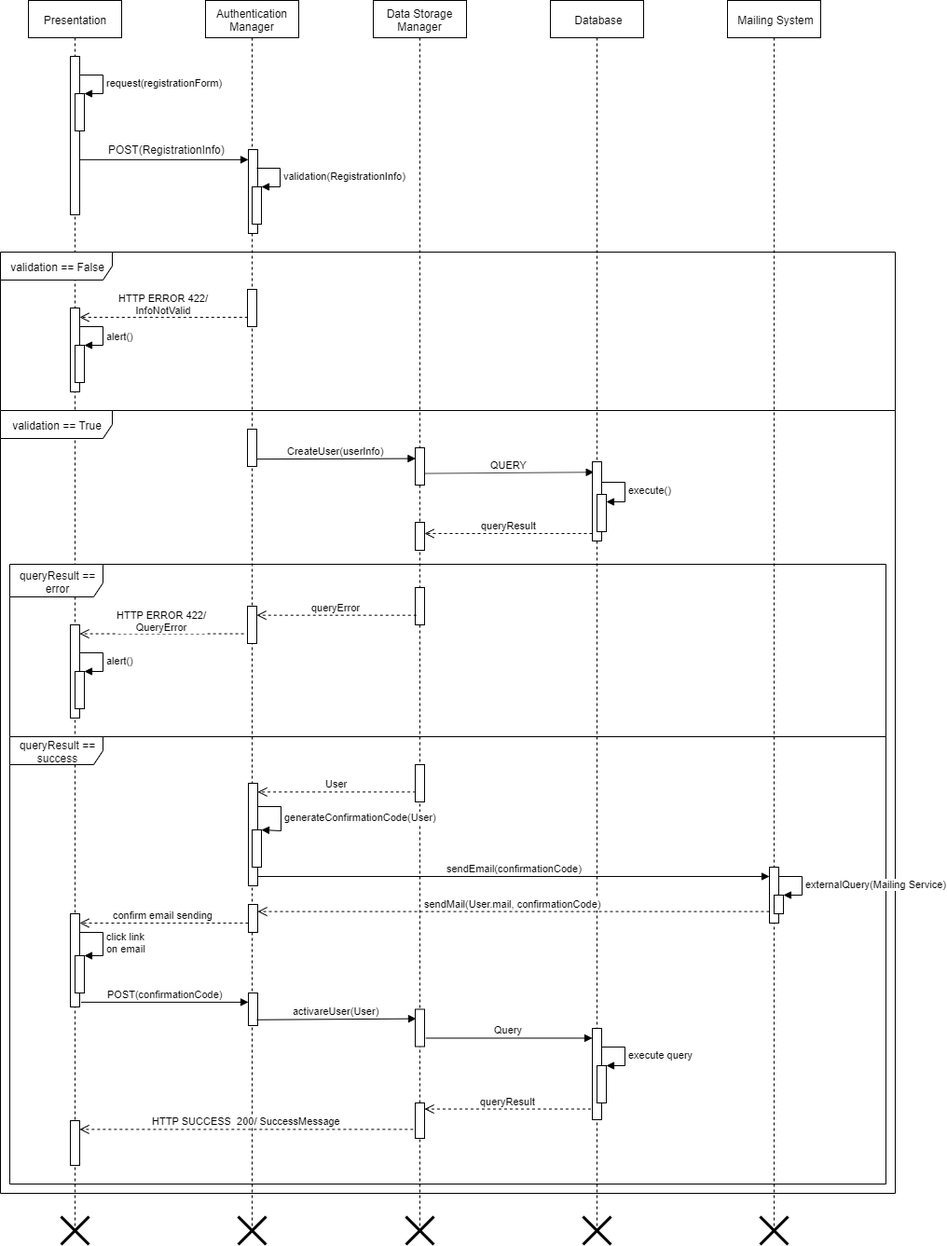
Earlier version of the draw.io export DD/latex/Images/Seq_registration.png (manuelsalamino/SoftwareEngineering2-Project). Source tidied: cells renumbered, new cells last; positions are measured from the earlier drawing's top-left corner, leaving out a move shared by most shapes.
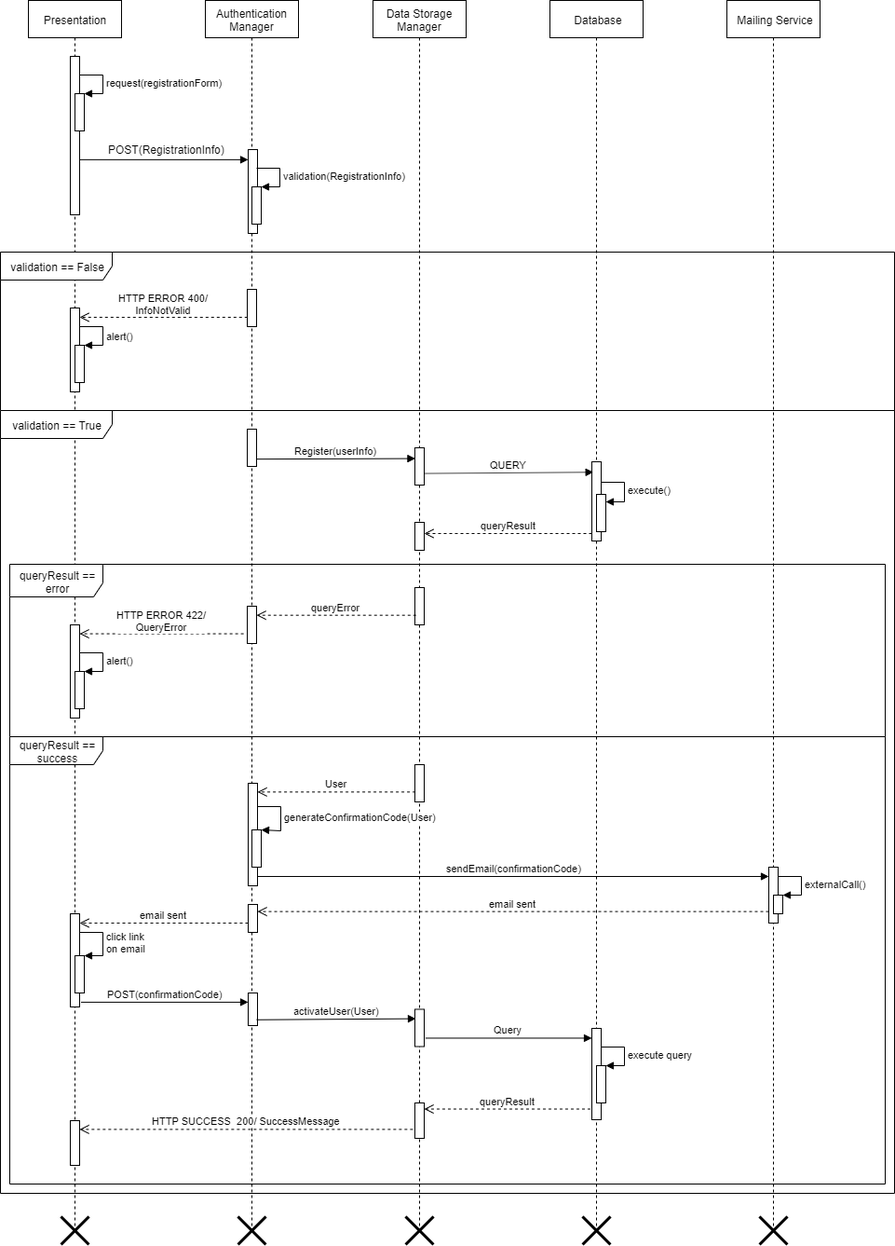
The same file after the commit.

What changed in the source:
```diff
@@ -89,7 +89,7 @@
     <mxCell id="23" style="shape=umlDestroy;whiteSpace=wrap;html=1;strokeWidth=3;" parent="20" vertex="1">
       <mxGeometry x="35" y="1305" width="30" height="30" as="geometry" />
     </mxCell>
-    <mxCell id="24" value="CreateUser(userInfo)" style="html=1;verticalAlign=bottom;endArrow=block;exitX=0.957;exitY=0.804;exitDx=0;exitDy=0;exitPerimeter=0;entryX=0.043;entryY=0.289;entryDx=0;entryDy=0;entryPerimeter=0;" parent="1" edge="1" source="19" target="21">
+    <mxCell id="24" value="Register(userInfo)" style="html=1;verticalAlign=bottom;endArrow=block;exitX=0.957;exitY=0.804;exitDx=0;exitDy=0;exitPerimeter=0;entryX=0.043;entryY=0.289;entryDx=0;entryDy=0;entryPerimeter=0;" parent="1" edge="1" source="19" target="21">
       <mxGeometry relative="1" as="geometry" />
     </mxCell>
     <mxCell id="25" value="Database" style="shape=umlLifeline;perimeter=lifelinePerimeter;whiteSpace=wrap;html=1;" parent="1" vertex="1">
@@ -112,7 +112,7 @@
     <mxCell id="29" style="shape=umlDestroy;whiteSpace=wrap;html=1;strokeWidth=3;" parent="25" vertex="1">
       <mxGeometry x="35" y="1305" width="30" height="30" as="geometry" />
     </mxCell>
-    <mxCell id="30" value="Mailing System" style="shape=umlLifeline;perimeter=lifelinePerimeter;whiteSpace=wrap;html=1;" parent="1" vertex="1">
+    <mxCell id="30" value="Mailing Service" style="shape=umlLifeline;perimeter=lifelinePerimeter;whiteSpace=wrap;html=1;" parent="1" vertex="1">
       <mxGeometry x="780" width="100" height="1320" as="geometry" />
     </mxCell>
     <mxCell id="31" style="shape=umlDestroy;whiteSpace=wrap;html=1;strokeWidth=3;" parent="30" vertex="1">
@@ -185,13 +185,13 @@
     <mxCell id="49" style="html=1;points=[];perimeter=orthogonalPerimeter;" parent="1" vertex="1">
       <mxGeometry x="266" y="970" width="10" height="30" as="geometry" />
     </mxCell>
-    <mxCell id="50" value="sendMail(User.mail, confirmationCode)" style="html=1;verticalAlign=bottom;endArrow=open;dashed=1;endSize=8;entryX=1;entryY=0.254;entryDx=0;entryDy=0;entryPerimeter=0;" parent="1" edge="1" source="47" target="49">
+    <mxCell id="50" value="email sent" style="html=1;verticalAlign=bottom;endArrow=open;dashed=1;endSize=8;entryX=1;entryY=0.254;entryDx=0;entryDy=0;entryPerimeter=0;" parent="1" edge="1" source="47" target="49">
       <mxGeometry relative="1" as="geometry" />
     </mxCell>
     <mxCell id="51" style="html=1;points=[];perimeter=orthogonalPerimeter;" parent="1" vertex="1">
       <mxGeometry x="75" y="980" width="10" height="100" as="geometry" />
     </mxCell>
-    <mxCell id="52" value="confirm email sending" style="html=1;verticalAlign=bottom;endArrow=open;dashed=1;endSize=8;" parent="1" edge="1" source="49">
+    <mxCell id="52" value="email sent" style="html=1;verticalAlign=bottom;endArrow=open;dashed=1;endSize=8;" parent="1" edge="1" source="49">
       <mxGeometry relative="1" as="geometry">
         <mxPoint x="85" y="990" as="targetPoint" />
       </mxGeometry>
@@ -218,7 +218,7 @@
     <mxCell id="57" style="html=1;points=[];perimeter=orthogonalPerimeter;" parent="1" vertex="1">
       <mxGeometry x="445" y="1082.5" width="10" height="40" as="geometry" />
     </mxCell>
-    <mxCell id="58" value="activareUser(User)" style="html=1;verticalAlign=bottom;endArrow=block;exitX=0.913;exitY=0.822;exitDx=0;exitDy=0;exitPerimeter=0;entryX=0.097;entryY=0.253;entryDx=0;entryDy=0;entryPerimeter=0;" parent="1" edge="1" source="55" target="57">
+    <mxCell id="58" value="activateUser(User)" style="html=1;verticalAlign=bottom;endArrow=block;exitX=0.913;exitY=0.822;exitDx=0;exitDy=0;exitPerimeter=0;entryX=0.097;entryY=0.253;entryDx=0;entryDy=0;entryPerimeter=0;" parent="1" edge="1" source="55" target="57">
       <mxGeometry relative="1" as="geometry" />
     </mxCell>
     <mxCell id="59" style="html=1;points=[];perimeter=orthogonalPerimeter;" parent="1" vertex="1">
@@ -250,7 +250,7 @@
     <mxCell id="66" value="HTTP SUCCESS&amp;nbsp; 200/ SuccessMessage" style="html=1;verticalAlign=bottom;endArrow=open;dashed=1;endSize=8;exitX=-0.216;exitY=0.747;exitDx=0;exitDy=0;exitPerimeter=0;" parent="1" edge="1" source="63" target="65">
       <mxGeometry relative="1" as="geometry" />
     </mxCell>
-    <mxCell id="67" value="HTTP ERROR 422/&lt;br&gt;InfoNotValid" style="html=1;verticalAlign=bottom;endArrow=open;dashed=1;endSize=8;exitX=0.03;exitY=0.749;exitDx=0;exitDy=0;exitPerimeter=0;" parent="1" edge="1" source="14" target="15">
+    <mxCell id="67" value="HTTP ERROR 400/&lt;br&gt;InfoNotValid" style="html=1;verticalAlign=bottom;endArrow=open;dashed=1;endSize=8;exitX=0.03;exitY=0.749;exitDx=0;exitDy=0;exitPerimeter=0;" parent="1" edge="1" source="14" target="15">
       <mxGeometry relative="1" as="geometry" />
     </mxCell>
     <mxCell id="68" value="HTTP ERROR 422/&lt;br&gt;QueryError" style="html=1;verticalAlign=bottom;endArrow=open;dashed=1;endSize=8;exitX=-0.387;exitY=0.739;exitDx=0;exitDy=0;exitPerimeter=0;" parent="1" edge="1" source="36" target="38">
@@ -262,7 +262,7 @@
     <mxCell id="70" style="html=1;points=[];perimeter=orthogonalPerimeter;" parent="1" vertex="1">
       <mxGeometry x="830" y="960" width="10" height="20" as="geometry" />
     </mxCell>
-    <mxCell id="71" value="externalQuery(Mailing Service)" style="edgeStyle=orthogonalEdgeStyle;html=1;align=left;spacingLeft=2;endArrow=block;rounded=0;entryX=1;entryY=0;" parent="1" edge="1" target="70">
+    <mxCell id="71" value="externalCall()" style="edgeStyle=orthogonalEdgeStyle;html=1;align=left;spacingLeft=2;endArrow=block;rounded=0;entryX=1;entryY=0;" parent="1" edge="1" target="70">
       <mxGeometry relative="1" as="geometry">
         <mxPoint x="835" y="940" as="sourcePoint" />
         <Array as="points">
```
